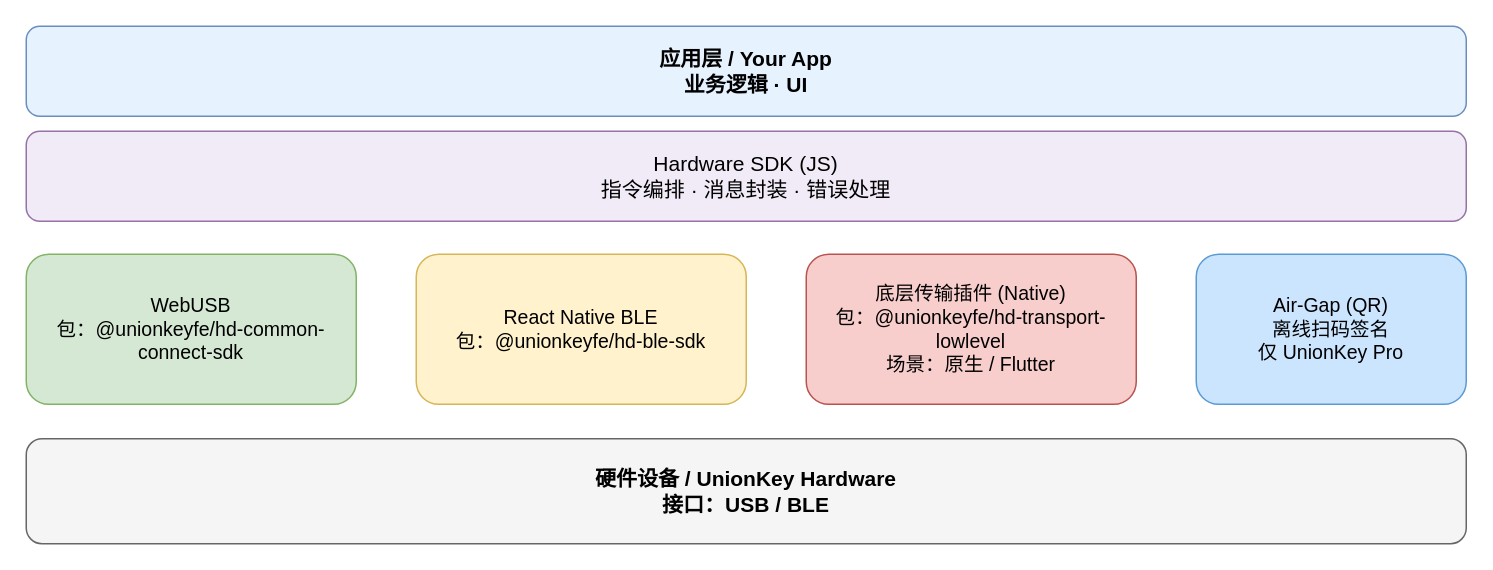
Earlier version of the draw.io diagram packages/connect-examples/developer-portal/public/images/transport/transport-architecture-zh.drawio (UnionKeyHQ/hardware-js-sdk). Source tidied: cells renumbered, new cells numbered last; positions are measured from the earlier drawing's top-left corner, leaving out a move shared by most shapes. Both pictures are drawn from the tidied source at 150%, with x=0, y=0 at pixel (26, 26).
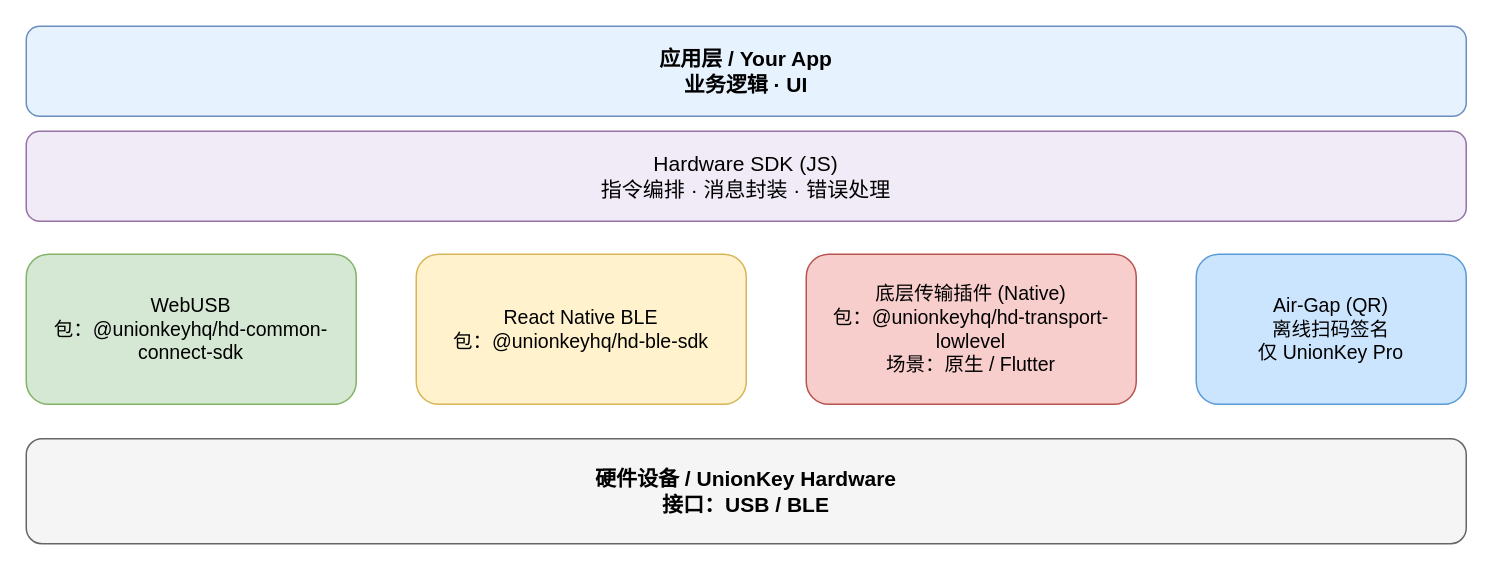
After the change.

The edit, as a diff of the source:
```diff
@@
 <mxGraphModel>
   <root>
     <mxCell id="0" />
     <mxCell id="1" parent="0" />
     <mxCell id="2" value="应用层 / Your App&#10;业务逻辑 · UI" style="rounded=1;whiteSpace=wrap;html=1;fontSize=14;fontStyle=1;align=center;verticalAlign=middle;fillColor=#e7f2ff;strokeColor=#6c8ebf;" parent="1" vertex="1">
       <mxGeometry width="960" height="60" as="geometry" />
     </mxCell>
     <mxCell id="3" value="Hardware SDK (JS)&#10;指令编排 · 消息封装 · 错误处理" style="rounded=1;whiteSpace=wrap;html=1;fontSize=14;align=center;verticalAlign=middle;fillColor=#f1ebf7;strokeColor=#9673a6;" parent="1" vertex="1">
       <mxGeometry y="70" width="960" height="60" as="geometry" />
     </mxCell>
-    <mxCell id="4" value="WebUSB&lt;br&gt;包：@unionkeyfe/hd-common-connect-sdk" style="rounded=1;whiteSpace=wrap;html=1;fontSize=13;align=center;verticalAlign=middle;fillColor=#d5e8d4;strokeColor=#82b366;" parent="1" vertex="1">
+    <mxCell id="4" value="WebUSB&lt;br&gt;包：@unionkeyhq/hd-common-connect-sdk" style="rounded=1;whiteSpace=wrap;html=1;fontSize=13;align=center;verticalAlign=middle;fillColor=#d5e8d4;strokeColor=#82b366;" parent="1" vertex="1">
       <mxGeometry y="152" width="220" height="100" as="geometry" />
     </mxCell>
-    <mxCell id="5" value="React Native BLE&lt;br&gt;包：@unionkeyfe/hd-ble-sdk" style="rounded=1;whiteSpace=wrap;html=1;fontSize=13;align=center;verticalAlign=middle;fillColor=#fff2cc;strokeColor=#d6b656;" parent="1" vertex="1">
+    <mxCell id="5" value="React Native BLE&lt;br&gt;包：@unionkeyhq/hd-ble-sdk" style="rounded=1;whiteSpace=wrap;html=1;fontSize=13;align=center;verticalAlign=middle;fillColor=#fff2cc;strokeColor=#d6b656;" parent="1" vertex="1">
       <mxGeometry x="260" y="152" width="220" height="100" as="geometry" />
     </mxCell>
-    <mxCell id="6" value="底层传输插件 (Native)&#10;包：@unionkeyfe/hd-transport-lowlevel&#10;场景：原生 / Flutter" style="rounded=1;whiteSpace=wrap;html=1;fontSize=13;align=center;verticalAlign=middle;fillColor=#f8cecc;strokeColor=#b85450;" parent="1" vertex="1">
+    <mxCell id="6" value="底层传输插件 (Native)&#10;包：@unionkeyhq/hd-transport-lowlevel&#10;场景：原生 / Flutter" style="rounded=1;whiteSpace=wrap;html=1;fontSize=13;align=center;verticalAlign=middle;fillColor=#f8cecc;strokeColor=#b85450;" parent="1" vertex="1">
       <mxGeometry x="520" y="152" width="220" height="100" as="geometry" />
     </mxCell>
     <mxCell id="7" value="Air-Gap (QR)&#10;离线扫码签名&#10;仅 UnionKey Pro" style="rounded=1;whiteSpace=wrap;html=1;fontSize=13;align=center;verticalAlign=middle;fillColor=#cce5ff;strokeColor=#5b9bd5;" parent="1" vertex="1">
       <mxGeometry x="780" y="152" width="180" height="100" as="geometry" />
     </mxCell>
     <mxCell id="8" value="硬件设备 / UnionKey Hardware&#10;接口：USB / BLE" style="rounded=1;whiteSpace=wrap;html=1;fontSize=14;fontStyle=1;align=center;verticalAlign=middle;fillColor=#f5f5f5;strokeColor=#666666;" parent="1" vertex="1">
       <mxGeometry y="275" width="960" height="70" as="geometry" />
     </mxCell>
   </root>
 </mxGraphModel>
```
